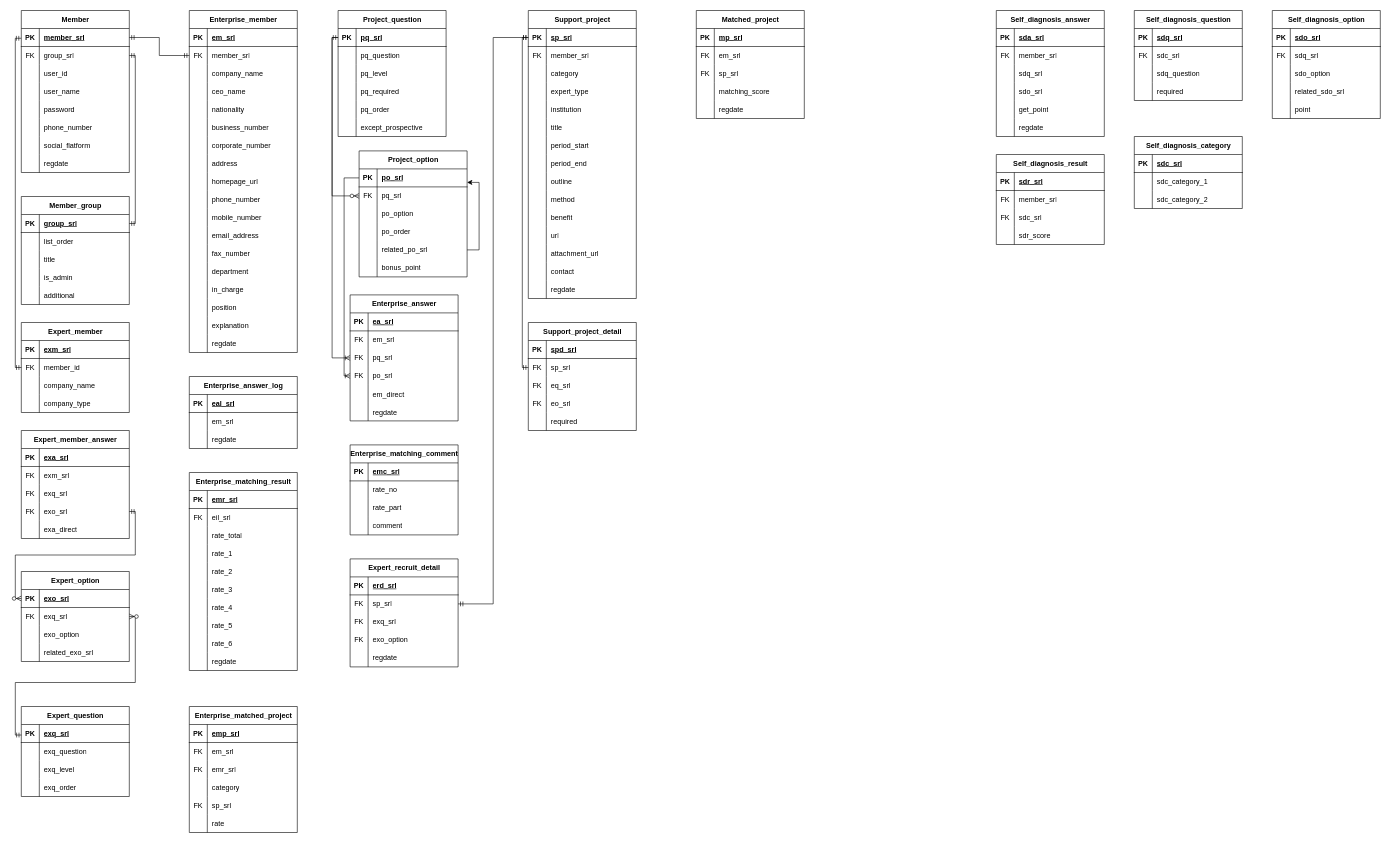
Before: growth_erd.drawio in eunhan93/g_v, a draw.io diagram. Source tidied: cells renumbered, new cells numbered last; positions are measured from the earlier drawing's top-left corner, leaving out a move shared by most shapes. Both pictures are drawn from the tidied source at 60%, with x=0, y=0 at pixel (15, 10).
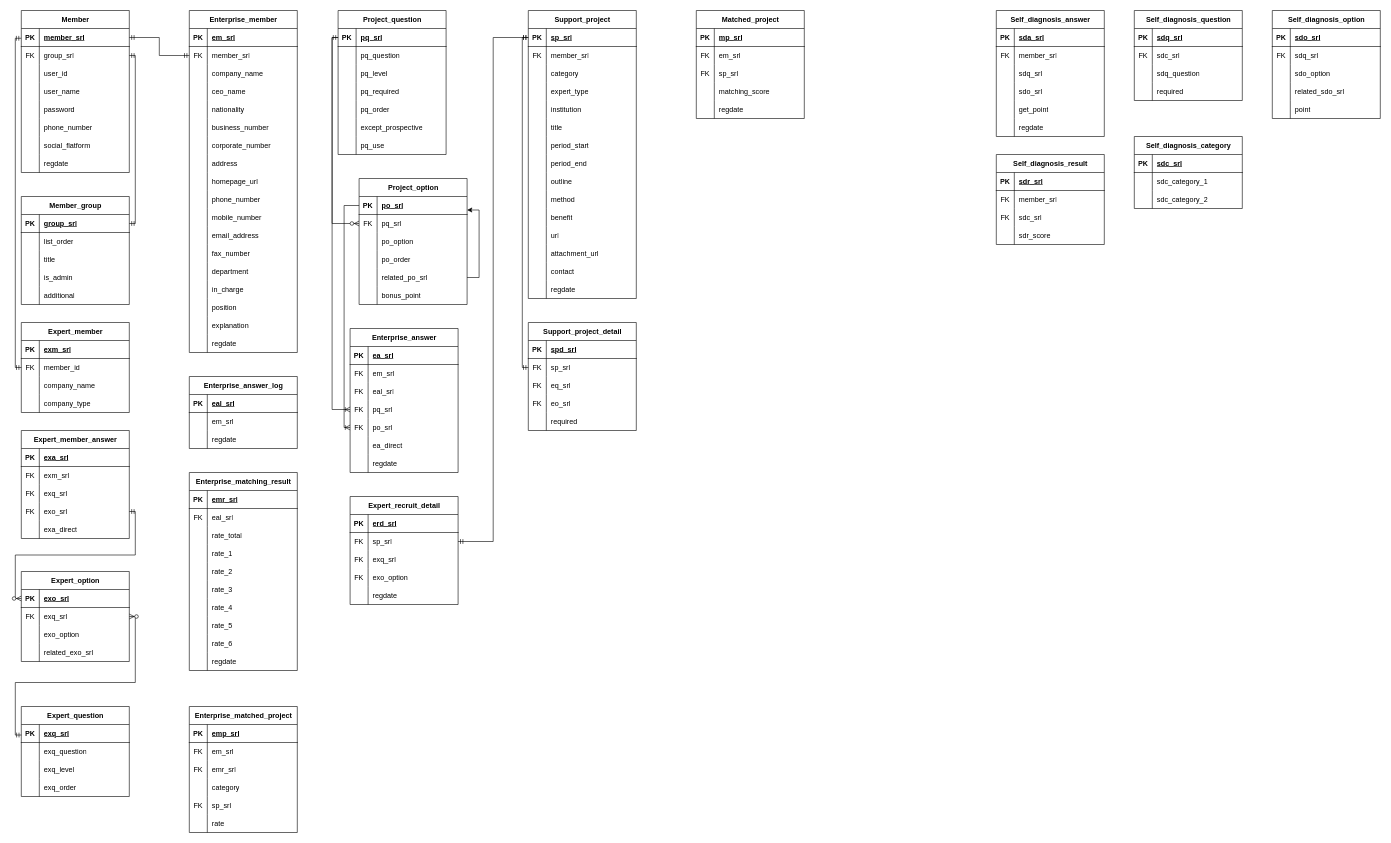
The same page after the edit.

The change refers to these unchanged cells:
```xml
<mxCell id="400" style="shape=tableRow;horizontal=0;startSize=0;swimlaneHead=0;swimlaneBody=0;fillColor=none;top=0;left=0;right=0;bottom=0;" parent="396" vertex="1">
  <mxGeometry y="60" width="180" height="30" as="geometry" />
</mxCell>
```

Diff of the diagram source:
```diff
@@
     <mxCell id="43" value="Project_question" style="shape=table;startSize=30;childLayout=tableLayout;rowLines=0;fontStyle=1;align=center;html=1;" parent="1" vertex="1">
-      <mxGeometry x="538" width="180" height="210" as="geometry" />
+      <mxGeometry x="538" width="180" height="240" as="geometry" />
     </mxCell>
@@
+    <mxCell id="459" style="shape=tableRow;horizontal=0;startSize=0;swimlaneHead=0;swimlaneBody=0;fillColor=none;top=0;left=0;right=0;bottom=0;" parent="43" vertex="1">
+      <mxGeometry y="210" width="180" height="30" as="geometry" />
+    </mxCell>
+    <mxCell id="460" style="shape=partialRectangle;fillColor=none;top=0;left=0;bottom=0;right=0;overflow=hidden;whiteSpace=wrap;html=1;" parent="459" vertex="1">
+      <mxGeometry width="30" height="30" as="geometry" />
+    </mxCell>
+    <mxCell id="461" value="pq_use" style="shape=partialRectangle;fillColor=none;top=0;left=0;bottom=0;right=0;align=left;spacingLeft=6;overflow=hidden;whiteSpace=wrap;html=1;" parent="459" vertex="1">
+      <mxGeometry x="30" width="150" height="30" as="geometry" />
+    </mxCell>
@@
     <mxCell id="63" value="Project_option" style="shape=table;startSize=30;childLayout=tableLayout;rowLines=0;fontStyle=1;align=center;html=1;" parent="1" vertex="1">
-      <mxGeometry x="573" y="234" width="180" height="210" as="geometry" />
+      <mxGeometry x="573" y="280" width="180" height="210" as="geometry" />
     </mxCell>
@@
     <mxCell id="137" value="Enterprise_answer" style="shape=table;startSize=30;childLayout=tableLayout;rowLines=0;fontStyle=1;align=center;html=1;" parent="1" vertex="1">
-      <mxGeometry x="558" y="474" width="180" height="210" as="geometry" />
+      <mxGeometry x="558" y="530" width="180" height="240" as="geometry" />
     </mxCell>
@@
+    <mxCell id="434" style="shape=tableRow;horizontal=0;startSize=0;swimlaneHead=0;swimlaneBody=0;fillColor=none;top=0;left=0;right=0;bottom=0;" parent="137" vertex="1">
+      <mxGeometry y="90" width="180" height="30" as="geometry" />
+    </mxCell>
+    <mxCell id="462" value="FK" style="shape=partialRectangle;fillColor=none;top=0;left=0;bottom=0;right=0;fontStyle=0;overflow=hidden;whiteSpace=wrap;html=1;" parent="434" vertex="1">
+      <mxGeometry width="30" height="30" as="geometry" />
+    </mxCell>
+    <mxCell id="463" value="eal_srl" style="shape=partialRectangle;fillColor=none;top=0;left=0;bottom=0;right=0;align=left;spacingLeft=6;fontStyle=0;overflow=hidden;whiteSpace=wrap;html=1;" parent="434" vertex="1">
+      <mxGeometry x="30" width="150" height="30" as="geometry" />
+    </mxCell>
     <mxCell id="144" style="shape=tableRow;horizontal=0;startSize=0;swimlaneHead=0;swimlaneBody=0;fillColor=none;points=[[0,0.5],[1,0.5]];portConstraint=eastwest;top=0;left=0;right=0;bottom=0;" parent="137" vertex="1">
-      <mxGeometry y="90" width="180" height="30" as="geometry" />
+      <mxGeometry y="120" width="180" height="30" as="geometry" />
     </mxCell>
@@
     <mxCell id="147" style="shape=tableRow;horizontal=0;startSize=0;swimlaneHead=0;swimlaneBody=0;fillColor=none;points=[[0,0.5],[1,0.5]];portConstraint=eastwest;top=0;left=0;right=0;bottom=0;" parent="137" vertex="1">
-      <mxGeometry y="120" width="180" height="30" as="geometry" />
+      <mxGeometry y="150" width="180" height="30" as="geometry" />
     </mxCell>
@@
     <mxCell id="150" style="shape=tableRow;horizontal=0;startSize=0;swimlaneHead=0;swimlaneBody=0;fillColor=none;top=0;left=0;right=0;bottom=0;" parent="137" vertex="1">
-      <mxGeometry y="150" width="180" height="30" as="geometry" />
+      <mxGeometry y="180" width="180" height="30" as="geometry" />
     </mxCell>
@@
-    <mxCell id="152" value="em_direct" style="shape=partialRectangle;fillColor=none;top=0;left=0;bottom=0;right=0;align=left;spacingLeft=6;overflow=hidden;" parent="150" vertex="1">
+    <mxCell id="152" value="ea_direct" style="shape=partialRectangle;fillColor=none;top=0;left=0;bottom=0;right=0;align=left;spacingLeft=6;overflow=hidden;" parent="150" vertex="1">
       <mxGeometry x="30" width="150" height="30" as="geometry" />
     </mxCell>
     <mxCell id="153" style="shape=tableRow;horizontal=0;startSize=0;swimlaneHead=0;swimlaneBody=0;fillColor=none;top=0;left=0;right=0;bottom=0;" parent="137" vertex="1">
-      <mxGeometry y="180" width="180" height="30" as="geometry" />
+      <mxGeometry y="210" width="180" height="30" as="geometry" />
     </mxCell>
@@
     <mxCell id="263" value="Expert_recruit_detail" style="shape=table;startSize=30;childLayout=tableLayout;rowLines=0;fontStyle=1;align=center;html=1;" parent="1" vertex="1">
-      <mxGeometry x="558" y="914" width="180" height="180" as="geometry" />
+      <mxGeometry x="558" y="810" width="180" height="180" as="geometry" />
     </mxCell>
@@
-    <mxCell id="402" value="eil_srl" style="shape=partialRectangle;fillColor=none;top=0;left=0;bottom=0;right=0;align=left;spacingLeft=6;fontStyle=0;overflow=hidden;whiteSpace=wrap;html=1;" parent="400" vertex="1">
+    <mxCell id="402" value="eal_srl" style="shape=partialRectangle;fillColor=none;top=0;left=0;bottom=0;right=0;align=left;spacingLeft=6;fontStyle=0;overflow=hidden;whiteSpace=wrap;html=1;" parent="400" vertex="1">
       <mxGeometry x="30" width="150" height="30" as="geometry" />
     </mxCell>
@@
-    <mxCell id="427" value="Enterprise_matching_comment" style="shape=table;startSize=30;childLayout=tableLayout;rowLines=0;fontStyle=1;align=center;html=1;" parent="1" vertex="1">
-      <mxGeometry x="558" y="724" width="180" height="150" as="geometry" />
-    </mxCell>
-    <mxCell id="428" style="shape=tableRow;horizontal=0;startSize=0;swimlaneHead=0;swimlaneBody=0;fillColor=none;top=0;left=0;right=0;bottom=1;" parent="427" vertex="1">
-      <mxGeometry y="30" width="180" height="30" as="geometry" />
-    </mxCell>
-    <mxCell id="429" value="PK" style="shape=partialRectangle;fillColor=none;top=0;left=0;bottom=0;right=0;fontStyle=1;overflow=hidden;whiteSpace=wrap;html=1;" parent="428" vertex="1">
-      <mxGeometry width="30" height="30" as="geometry" />
-    </mxCell>
-    <mxCell id="430" value="emc_srl" style="shape=partialRectangle;fillColor=none;top=0;left=0;bottom=0;right=0;align=left;spacingLeft=6;fontStyle=5;overflow=hidden;whiteSpace=wrap;html=1;" parent="428" vertex="1">
-      <mxGeometry x="30" width="150" height="30" as="geometry" />
-    </mxCell>
-    <mxCell id="431" style="shape=tableRow;horizontal=0;startSize=0;swimlaneHead=0;swimlaneBody=0;fillColor=none;top=0;left=0;right=0;bottom=0;" parent="427" vertex="1">
-      <mxGeometry y="60" width="180" height="30" as="geometry" />
-    </mxCell>
-    <mxCell id="432" style="shape=partialRectangle;fillColor=none;top=0;left=0;bottom=0;right=0;fontStyle=0;overflow=hidden;whiteSpace=wrap;html=1;" parent="431" vertex="1">
-      <mxGeometry width="30" height="30" as="geometry" />
-    </mxCell>
-    <mxCell id="433" value="rate_no" style="shape=partialRectangle;fillColor=none;top=0;left=0;bottom=0;right=0;align=left;spacingLeft=6;fontStyle=0;overflow=hidden;whiteSpace=wrap;html=1;" parent="431" vertex="1">
-      <mxGeometry x="30" width="150" height="30" as="geometry" />
-    </mxCell>
-    <mxCell id="434" style="shape=tableRow;horizontal=0;startSize=0;swimlaneHead=0;swimlaneBody=0;fillColor=none;top=0;left=0;right=0;bottom=0;" parent="427" vertex="1">
-      <mxGeometry y="90" width="180" height="30" as="geometry" />
-    </mxCell>
-    <mxCell id="435" style="shape=partialRectangle;fillColor=none;top=0;left=0;bottom=0;right=0;fontStyle=0;overflow=hidden;whiteSpace=wrap;html=1;" parent="434" vertex="1">
-      <mxGeometry width="30" height="30" as="geometry" />
-    </mxCell>
-    <mxCell id="436" value="rate_part" style="shape=partialRectangle;fillColor=none;top=0;left=0;bottom=0;right=0;align=left;spacingLeft=6;fontStyle=0;overflow=hidden;whiteSpace=wrap;html=1;" parent="434" vertex="1">
-      <mxGeometry x="30" width="150" height="30" as="geometry" />
-    </mxCell>
-    <mxCell id="437" style="shape=tableRow;horizontal=0;startSize=0;swimlaneHead=0;swimlaneBody=0;fillColor=none;top=0;left=0;right=0;bottom=0;" parent="427" vertex="1">
-      <mxGeometry y="120" width="180" height="30" as="geometry" />
-    </mxCell>
-    <mxCell id="438" style="shape=partialRectangle;fillColor=none;top=0;left=0;bottom=0;right=0;fontStyle=0;overflow=hidden;whiteSpace=wrap;html=1;" parent="437" vertex="1">
-      <mxGeometry width="30" height="30" as="geometry" />
-    </mxCell>
-    <mxCell id="439" value="comment" style="shape=partialRectangle;fillColor=none;top=0;left=0;bottom=0;right=0;align=left;spacingLeft=6;fontStyle=0;overflow=hidden;whiteSpace=wrap;html=1;" parent="437" vertex="1">
-      <mxGeometry x="30" width="150" height="30" as="geometry" />
-    </mxCell>
```
